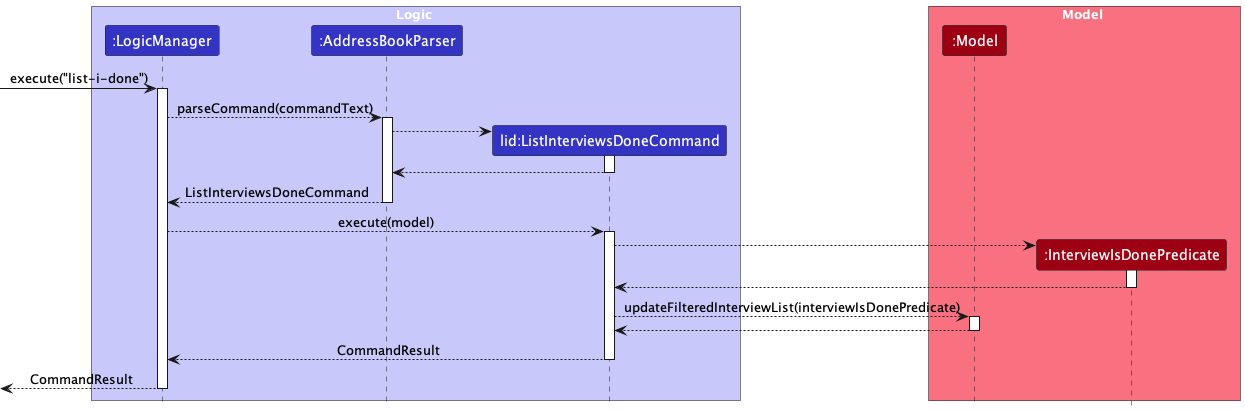
nus-cs2103-AY2324S1/tp keeps this PlantUML diagram as docs/images/ListIDoneSequenceDiagram.png. Above is the earlier version.
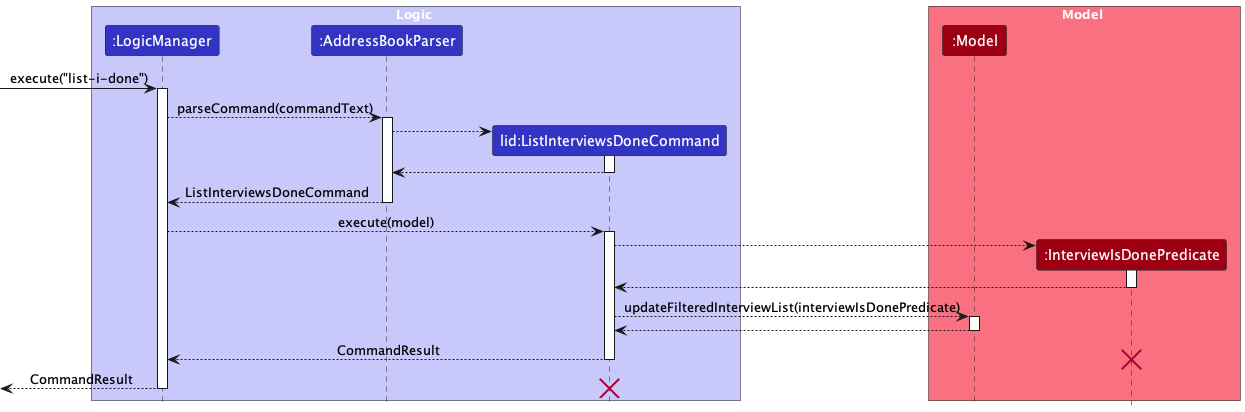
Later version of the same file.

Commit message:
Add end of lifeline to sequence diagrams and update list of time formats

The edit, as a diff of the source:
```diff
@@ -47,7 +47,9 @@
 
 ListInterviewsDoneCommand --> LogicManager : CommandResult
 deactivate ListInterviewsDoneCommand
+destroy InterviewIsDonePredicate
 
 [<--LogicManager : CommandResult
 deactivate LogicManager
+destroy ListInterviewsDoneCommand
 @enduml
```
